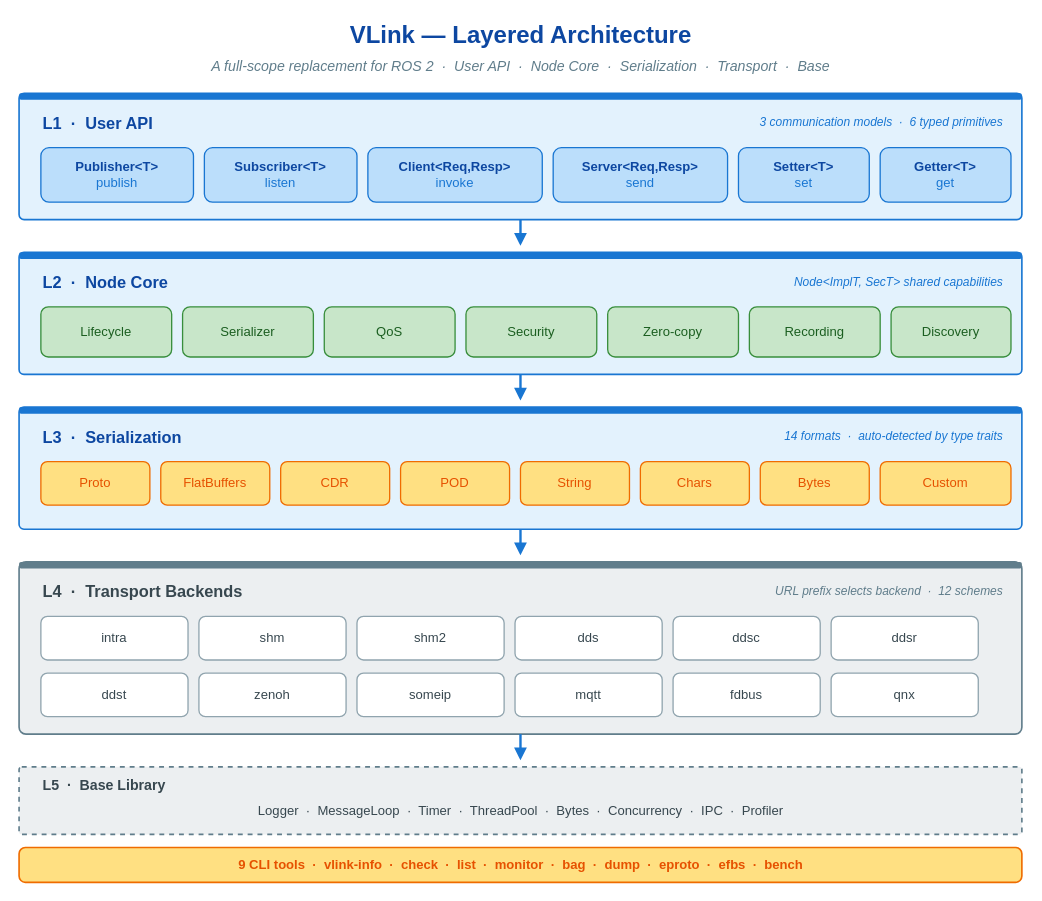
The draw.io diagram doc/images/foreword-layered-architecture.drawio in thun-res/vlink, before the edit. Source tidied: cells renumbered, new cells numbered last; positions are measured from the earlier drawing's top-left corner, leaving out a move shared by most shapes. Both pictures are drawn from the tidied source at 109%, with x=0, y=0 at pixel (19, 19).
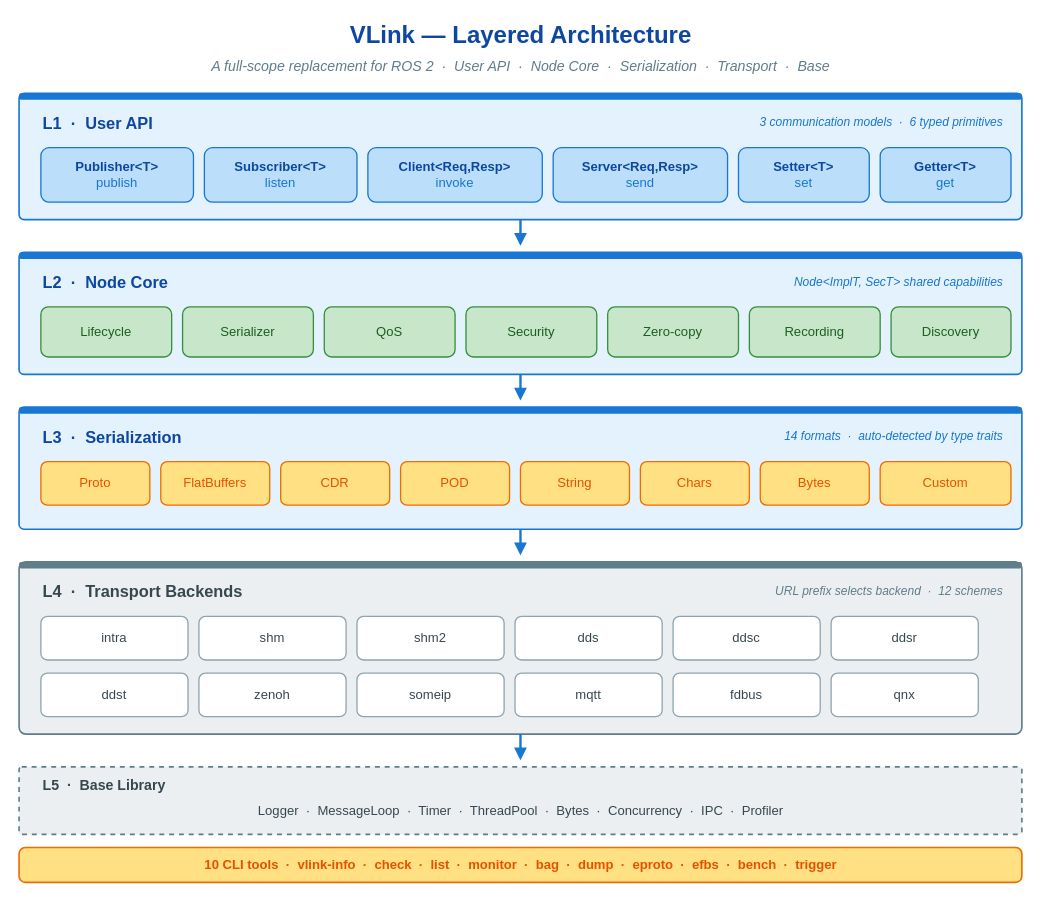
The same page after the edit.

What changed in the source:
```diff
@@
-    <mxCell id="61" value="9 CLI tools  ·  vlink-info  ·  check  ·  list  ·  monitor  ·  bag  ·  dump  ·  eproto  ·  efbs  ·  bench" style="text;html=1;align=center;verticalAlign=middle;strokeColor=none;fillColor=none;fontFamily=Helvetica;fontSize=12;fontStyle=1;fontColor=#e65100;" parent="1" vertex="1">
+    <mxCell id="61" value="10 CLI tools  ·  vlink-info  ·  check  ·  list  ·  monitor  ·  bag  ·  dump  ·  eproto  ·  efbs  ·  bench  ·  trigger" style="text;html=1;align=center;verticalAlign=middle;strokeColor=none;fillColor=none;fontFamily=Helvetica;fontSize=12;fontStyle=1;fontColor=#e65100;" parent="1" vertex="1">
       <mxGeometry x="20" y="764" width="880" height="24" as="geometry" />
     </mxCell>
```
